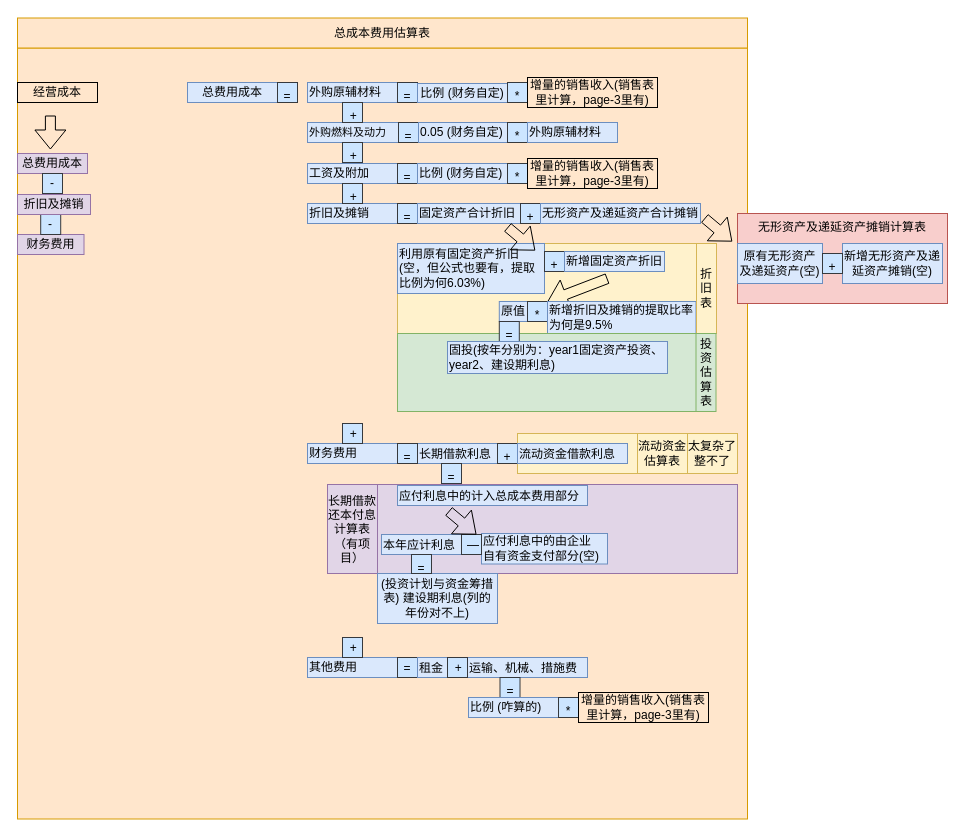
Yatttin/attention-nmt keeps this draw.io diagram as page "Page-4 总费用成本" (3 of 8) of Untitled Diagram.drawio. Above is the earlier version. Source tidied: cells renumbered, new cells numbered last; positions are measured from the earlier drawing's top-left corner, leaving out a move shared by most shapes. Both pictures are drawn from the tidied source at 100%, with x=0, y=0 at pixel (17, 17).
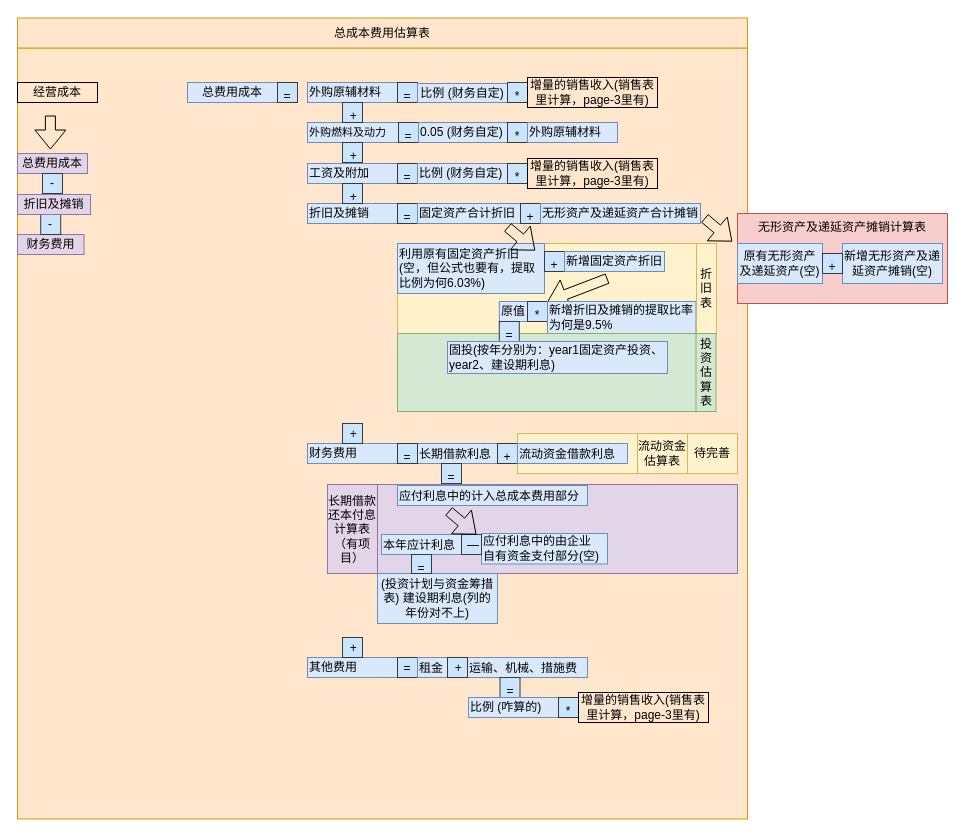
After the change.

Change to the diagram source:
```diff
@@
-    <mxCell id="66" value="太复杂了整不了" style="rounded=0;whiteSpace=wrap;html=1;fillColor=#fff2cc;strokeColor=#d6b656;" parent="1" vertex="1">
+    <mxCell id="66" value="待完善" style="rounded=0;whiteSpace=wrap;html=1;fillColor=#fff2cc;strokeColor=#d6b656;" parent="1" vertex="1">
       <mxGeometry x="670" y="416" width="50" height="40" as="geometry" />
     </mxCell>
```
